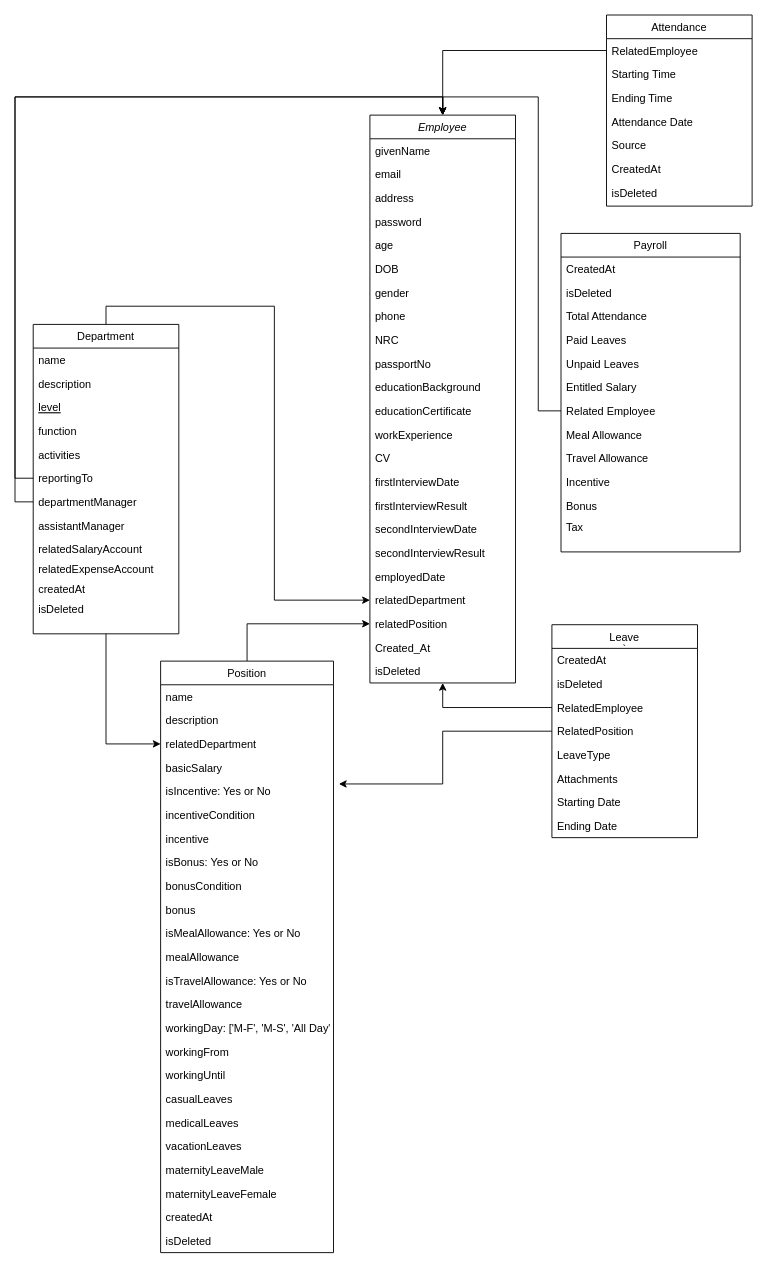
Above: config/HRMClassDiagram.drawio in KyawZawLwin6394/HRM-Module (draw.io), before the change. Source tidied: cells renumbered, new cells numbered last; positions are measured from the earlier drawing's top-left corner, leaving out a move shared by most shapes. Both pictures are drawn from the tidied source at 91%, with x=0, y=0 at pixel (33, 15).
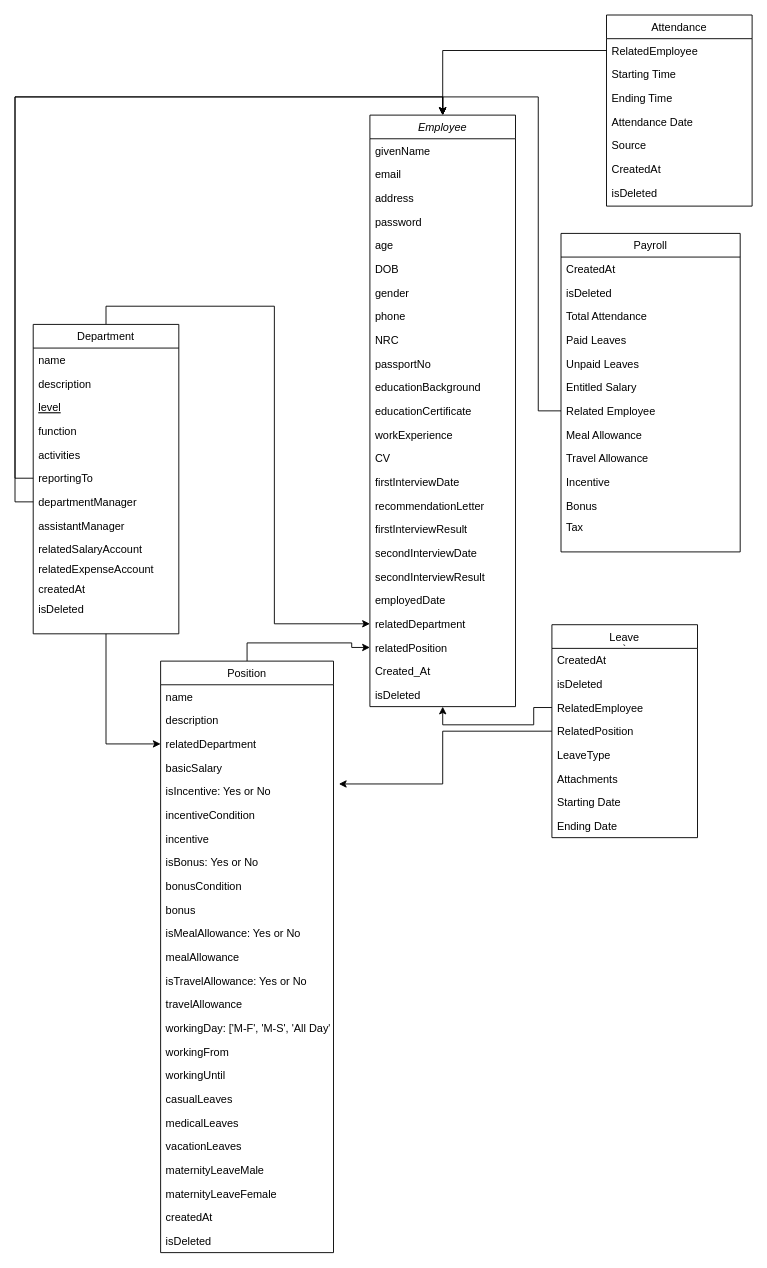
Above is the later version.

What changed in the source:
```diff
@@
     <mxCell id="2" value="Employee&#10;" style="swimlane;fontStyle=2;align=center;verticalAlign=top;horizontal=1;startSize=26;rounded=0;shadow=0;strokeWidth=1;" parent="1" vertex="1">
-      <mxGeometry x="370" y="110" width="160" height="624" as="geometry" />
+      <mxGeometry x="370" y="110" width="160" height="650" as="geometry" />
     </mxCell>
@@
+    <mxCell id="103" value="recommendationLetter" style="text;align=left;verticalAlign=top;spacingLeft=4;spacingRight=4;overflow=hidden;" parent="2" vertex="1">
+      <mxGeometry y="416" width="160" height="26" as="geometry" />
+    </mxCell>
     <mxCell id="18" value="firstInterviewResult" style="text;align=left;verticalAlign=top;spacingLeft=4;spacingRight=4;overflow=hidden;" parent="2" vertex="1">
-      <mxGeometry y="416" width="160" height="26" as="geometry" />
+      <mxGeometry y="442" width="160" height="26" as="geometry" />
     </mxCell>
     <mxCell id="19" value="secondInterviewDate" style="text;align=left;verticalAlign=top;spacingLeft=4;spacingRight=4;overflow=hidden;" parent="2" vertex="1">
-      <mxGeometry y="442" width="160" height="26" as="geometry" />
+      <mxGeometry y="468" width="160" height="26" as="geometry" />
     </mxCell>
     <mxCell id="20" value="secondInterviewResult" style="text;align=left;verticalAlign=top;spacingLeft=4;spacingRight=4;overflow=hidden;" parent="2" vertex="1">
-      <mxGeometry y="468" width="160" height="26" as="geometry" />
+      <mxGeometry y="494" width="160" height="26" as="geometry" />
     </mxCell>
     <mxCell id="21" value="employedDate" style="text;align=left;verticalAlign=top;spacingLeft=4;spacingRight=4;overflow=hidden;" parent="2" vertex="1">
-      <mxGeometry y="494" width="160" height="26" as="geometry" />
+      <mxGeometry y="520" width="160" height="26" as="geometry" />
     </mxCell>
     <mxCell id="22" value="relatedDepartment" style="text;align=left;verticalAlign=top;spacingLeft=4;spacingRight=4;overflow=hidden;points=[[0,0.5],[1,0.5]];portConstraint=eastwest;" parent="2" vertex="1">
-      <mxGeometry y="520" width="160" height="26" as="geometry" />
+      <mxGeometry y="546" width="160" height="26" as="geometry" />
     </mxCell>
     <mxCell id="23" value="relatedPosition" style="text;align=left;verticalAlign=top;spacingLeft=4;spacingRight=4;overflow=hidden;points=[[0,0.5],[1,0.5]];portConstraint=eastwest;" parent="2" vertex="1">
-      <mxGeometry y="546" width="160" height="26" as="geometry" />
+      <mxGeometry y="572" width="160" height="26" as="geometry" />
     </mxCell>
     <mxCell id="24" value="Created_At" style="text;align=left;verticalAlign=top;spacingLeft=4;spacingRight=4;overflow=hidden;" parent="2" vertex="1">
-      <mxGeometry y="572" width="160" height="26" as="geometry" />
+      <mxGeometry y="598" width="160" height="26" as="geometry" />
     </mxCell>
     <mxCell id="25" value="isDeleted" style="text;align=left;verticalAlign=top;spacingLeft=4;spacingRight=4;overflow=hidden;" parent="2" vertex="1">
-      <mxGeometry y="598" width="160" height="26" as="geometry" />
+      <mxGeometry y="624" width="160" height="26" as="geometry" />
     </mxCell>
```
